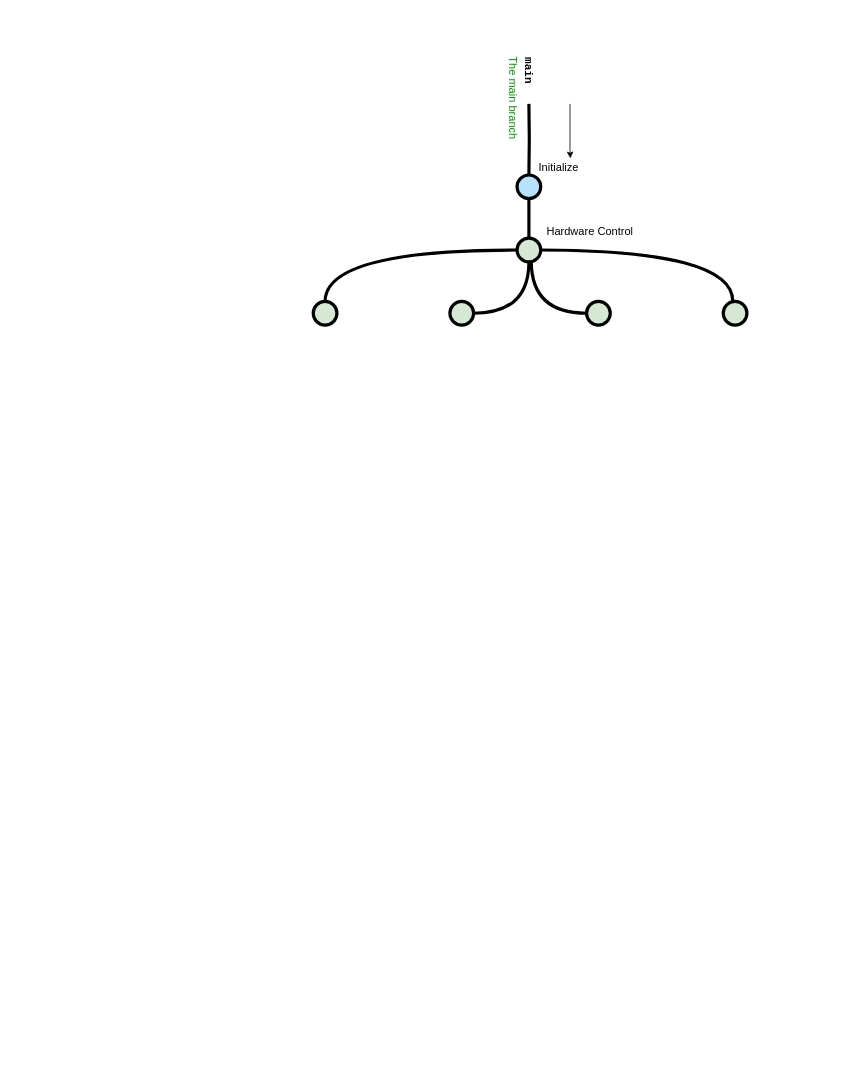
Earlier version of the draw.io diagram Başlıksız Diyagram.drawio (kenann/PLC-Flow). Source tidied: cells renumbered, new cells numbered last; positions are measured from the earlier drawing's top-left corner, leaving out a move shared by most shapes. Both pictures are drawn from the tidied source at 79%, with x=0, y=0 at pixel (313, 54).
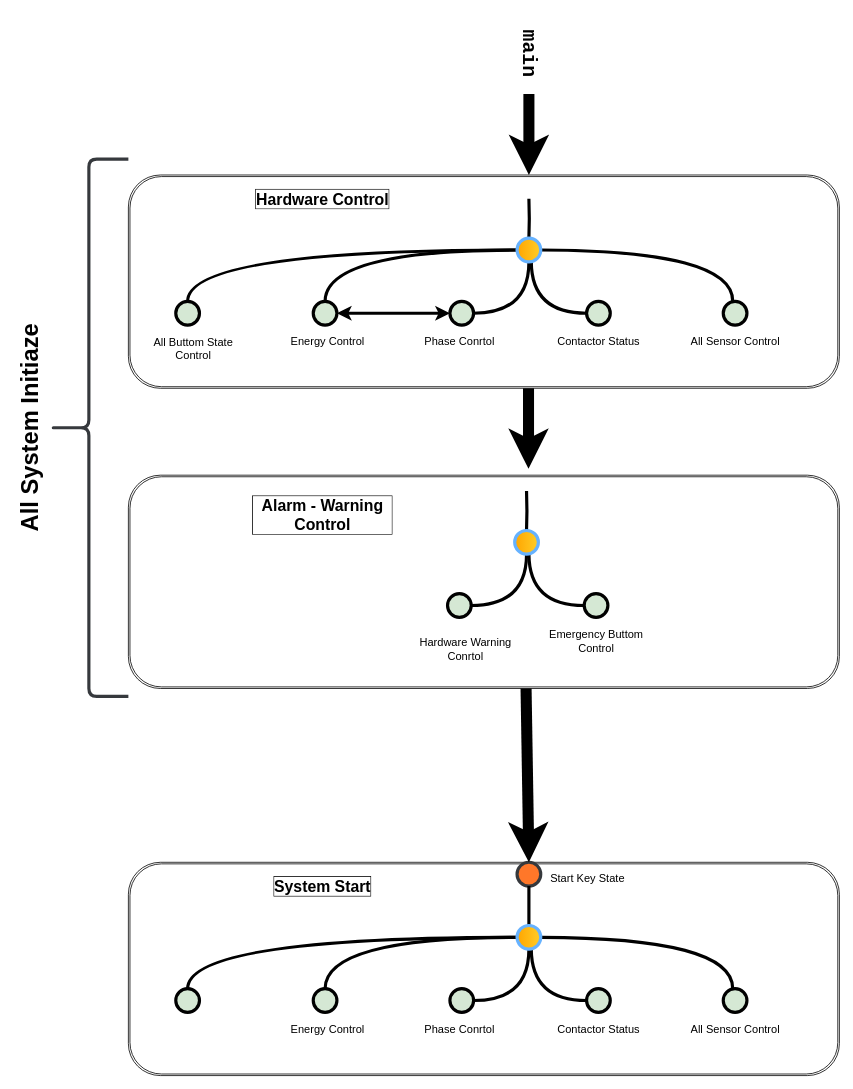
The same diagram, later.

Commit message:
Alarm - Warning

Unchanged cells that the change refers to:
```xml
<mxCell id="7" style="verticalLabelPosition=bottom;verticalAlign=top;html=1;strokeWidth=4;shape=mxgraph.flowchart.on-page_reference;plain-purple;gradientColor=none;strokeColor=#000000;fillColor=#D5E8D4;rotation=90;" parent="1" vertex="1">
  <mxGeometry x="173" y="313" width="30" height="30" as="geometry" />
</mxCell>
<mxCell id="16" style="verticalLabelPosition=bottom;verticalAlign=top;html=1;strokeWidth=4;shape=mxgraph.flowchart.on-page_reference;plain-purple;gradientColor=none;strokeColor=#000000;fillColor=#D5E8D4;rotation=90;" parent="1" vertex="1">
  <mxGeometry y="313" width="30" height="30" as="geometry" />
</mxCell>
```

The edit, as a diff of the source:
```diff
@@
+    <mxCell id="19" style="shape=ext;double=1;rounded=1;whiteSpace=wrap;html=1;" parent="1" vertex="1">
+      <mxGeometry x="-234" y="153" width="900" height="270" as="geometry" />
+    </mxCell>
-    <mxCell id="2" value="Initialize" style="text;html=1;strokeColor=none;fillColor=none;align=center;verticalAlign=middle;whiteSpace=wrap;overflow=hidden;fontSize=14;rotation=0;" parent="1" vertex="1">
-      <mxGeometry x="276" y="133" width="70" height="20" as="geometry" />
+    <mxCell id="2" value="All System Initiaze" style="text;html=1;strokeColor=none;fillColor=none;align=center;verticalAlign=middle;whiteSpace=wrap;overflow=hidden;fontSize=30;rotation=-90;fontStyle=1;" parent="1" vertex="1">
+      <mxGeometry x="-494" y="453" width="270" height="40" as="geometry" />
     </mxCell>
-    <mxCell id="3" value="Hardware Control" style="text;html=1;strokeColor=none;fillColor=none;align=center;verticalAlign=middle;whiteSpace=wrap;overflow=hidden;fontSize=14;rotation=0;" parent="1" vertex="1">
-      <mxGeometry x="288" y="213" width="125" height="20" as="geometry" />
+    <mxCell id="3" value="Hardware Control" style="text;html=1;strokeColor=none;fillColor=none;align=center;verticalAlign=middle;whiteSpace=wrap;overflow=hidden;fontSize=20;rotation=0;fontStyle=1;labelBackgroundColor=none;labelBorderColor=default;" parent="1" vertex="1">
+      <mxGeometry x="-78" y="163" width="180" height="40" as="geometry" />
     </mxCell>
-    <mxCell id="4" style="verticalLabelPosition=bottom;verticalAlign=top;html=1;strokeWidth=4;shape=mxgraph.flowchart.on-page_reference;plain-blue;gradientColor=none;fillColor=#B5E3Fe;strokeColor=#000000;rotation=90;" parent="1" vertex="1">
-      <mxGeometry x="258" y="153" width="30" height="30" as="geometry" />
-    </mxCell>
-    <mxCell id="5" style="edgeStyle=orthogonalEdgeStyle;rounded=0;html=1;jettySize=auto;strokeWidth=4;endArrow=none;endFill=0;" parent="1" edge="1" target="4">
-      <mxGeometry x="529" y="-545" as="geometry">
-        <mxPoint x="273" y="63" as="sourcePoint" />
-      </mxGeometry>
-    </mxCell>
-    <mxCell id="6" value="main" style="text;html=1;strokeColor=none;fillColor=none;align=center;verticalAlign=middle;whiteSpace=wrap;overflow=hidden;fontSize=14;fontStyle=1;fontFamily=Courier New;rotation=90;" parent="1" vertex="1">
-      <mxGeometry x="248" width="50" height="42" as="geometry" />
+    <mxCell id="6" value="main" style="text;html=1;strokeColor=none;fillColor=none;align=center;verticalAlign=middle;whiteSpace=wrap;overflow=hidden;fontSize=25;fontStyle=1;fontFamily=Courier New;rotation=90;" parent="1" vertex="1">
+      <mxGeometry x="222" y="-27" width="102" height="53" as="geometry" />
     </mxCell>
@@
-    <mxCell id="9" value="The main branch&lt;br&gt;" style="text;html=1;strokeColor=none;fillColor=none;align=left;verticalAlign=middle;whiteSpace=wrap;overflow=hidden;fontSize=14;fontStyle=0;fontColor=#009900;rotation=90;" parent="1" vertex="1">
-      <mxGeometry x="181" y="65" width="146.8" height="20" as="geometry" />
-    </mxCell>
-    <mxCell id="10" style="edgeStyle=orthogonalEdgeStyle;rounded=0;jettySize=auto;html=1;fontSize=12;fontColor=#000000;entryX=0.706;entryY=-0.051;entryDx=0;entryDy=0;entryPerimeter=0;" parent="1" edge="1" target="2">
-      <mxGeometry relative="1" as="geometry">
-        <mxPoint x="325" y="63" as="sourcePoint" />
-        <Array as="points">
-          <mxPoint x="325" y="120" />
-          <mxPoint x="325" y="120" />
-        </Array>
-      </mxGeometry>
-    </mxCell>
-    <mxCell id="11" style="edgeStyle=orthogonalEdgeStyle;rounded=0;html=1;jettySize=auto;plain-blue;endArrow=none;endFill=0;strokeWidth=4;strokeColor=#000000;entryX=0;entryY=0.5;entryDx=0;entryDy=0;entryPerimeter=0;" parent="1" edge="1" source="4" target="12">
-      <mxGeometry x="529" y="-445" as="geometry" />
+    <mxCell id="11" style="edgeStyle=orthogonalEdgeStyle;rounded=0;html=1;jettySize=auto;plain-blue;endArrow=none;endFill=0;strokeWidth=4;strokeColor=#000000;entryX=0;entryY=0.5;entryDx=0;entryDy=0;entryPerimeter=0;" parent="1" edge="1" target="12">
+      <mxGeometry x="529" y="-445" as="geometry">
+        <mxPoint x="273" y="183" as="sourcePoint" />
+      </mxGeometry>
     </mxCell>
-    <mxCell id="12" style="verticalLabelPosition=bottom;verticalAlign=top;html=1;strokeWidth=4;shape=mxgraph.flowchart.on-page_reference;plain-purple;gradientColor=none;strokeColor=#000000;fillColor=#D5E8D4;rotation=90;" parent="1" vertex="1">
-      <mxGeometry x="258" y="233" width="30" height="30" as="geometry" />
-    </mxCell>
@@
+    <mxCell id="20" value="Energy Control" style="text;html=1;strokeColor=none;fillColor=none;align=center;verticalAlign=middle;whiteSpace=wrap;overflow=hidden;fontSize=14;rotation=0;" parent="1" vertex="1">
+      <mxGeometry x="-44" y="353" width="125" height="20" as="geometry" />
+    </mxCell>
+    <mxCell id="21" value="Phase Conrtol" style="text;html=1;strokeColor=none;fillColor=none;align=center;verticalAlign=middle;whiteSpace=wrap;overflow=hidden;fontSize=14;rotation=0;" parent="1" vertex="1">
+      <mxGeometry x="123" y="353" width="125" height="20" as="geometry" />
+    </mxCell>
+    <mxCell id="22" value="Contactor Status" style="text;html=1;strokeColor=none;fillColor=none;align=center;verticalAlign=middle;whiteSpace=wrap;overflow=hidden;fontSize=14;rotation=0;" parent="1" vertex="1">
+      <mxGeometry x="298.5" y="353" width="125" height="20" as="geometry" />
+    </mxCell>
+    <mxCell id="23" value="All Sensor Control" style="text;html=1;strokeColor=none;fillColor=none;align=center;verticalAlign=middle;whiteSpace=wrap;overflow=hidden;fontSize=14;rotation=0;" parent="1" vertex="1">
+      <mxGeometry x="471.5" y="353" width="125" height="20" as="geometry" />
+    </mxCell>
+    <mxCell id="24" style="endArrow=classic;startArrow=classic;html=1;rounded=0;exitX=0.5;exitY=0;exitDx=0;exitDy=0;exitPerimeter=0;entryX=0.5;entryY=1;entryDx=0;entryDy=0;entryPerimeter=0;strokeWidth=4;" parent="1" edge="1" source="16" target="7">
+      <mxGeometry relative="1" as="geometry" />
+    </mxCell>
+    <mxCell id="25" style="endArrow=classic;html=1;rounded=0;entryX=0;entryY=0.5;entryDx=0;entryDy=0;entryPerimeter=0;exitX=1;exitY=0.5;exitDx=0;exitDy=0;strokeWidth=14;" parent="1" edge="1" source="6">
+      <mxGeometry relative="1" as="geometry">
+        <mxPoint x="273" y="153" as="targetPoint" />
+      </mxGeometry>
+    </mxCell>
+    <mxCell id="26" style="endArrow=classic;html=1;rounded=0;entryX=0;entryY=0.5;entryDx=0;entryDy=0;entryPerimeter=0;exitX=1;exitY=0.5;exitDx=0;exitDy=0;strokeWidth=14;" parent="1" edge="1">
+      <mxGeometry relative="1" as="geometry">
+        <mxPoint x="272.5" y="423" as="sourcePoint" />
+        <mxPoint x="272.5" y="525" as="targetPoint" />
+      </mxGeometry>
+    </mxCell>
+    <mxCell id="27" style="shape=ext;double=1;rounded=1;whiteSpace=wrap;html=1;" parent="1" vertex="1">
+      <mxGeometry x="-234" y="533" width="900" height="270" as="geometry" />
+    </mxCell>
+    <mxCell id="28" style="verticalLabelPosition=bottom;verticalAlign=top;html=1;strokeWidth=4;shape=mxgraph.flowchart.on-page_reference;plain-purple;gradientColor=none;strokeColor=#000000;fillColor=#D5E8D4;rotation=90;" parent="1" vertex="1">
+      <mxGeometry x="170" y="683" width="30" height="30" as="geometry" />
+    </mxCell>
+    <mxCell id="29" style="edgeStyle=orthogonalEdgeStyle;rounded=0;jettySize=auto;html=1;entryX=1;entryY=0.5;entryDx=0;entryDy=0;entryPerimeter=0;endArrow=none;endFill=0;strokeWidth=4;curved=1;exitX=0.5;exitY=0;exitDx=0;exitDy=0;exitPerimeter=0;" parent="1" edge="1" source="28" target="39">
+      <mxGeometry relative="1" as="geometry" />
+    </mxCell>
+    <mxCell id="30" style="edgeStyle=orthogonalEdgeStyle;rounded=0;html=1;jettySize=auto;plain-blue;endArrow=none;endFill=0;strokeWidth=4;strokeColor=#000000;entryX=0;entryY=0.5;entryDx=0;entryDy=0;entryPerimeter=0;" parent="1" edge="1" target="39">
+      <mxGeometry x="529" y="-445" as="geometry">
+        <mxPoint x="270" y="553" as="sourcePoint" />
+      </mxGeometry>
+    </mxCell>
+    <mxCell id="31" style="verticalLabelPosition=bottom;verticalAlign=top;html=1;strokeWidth=4;shape=mxgraph.flowchart.on-page_reference;plain-purple;gradientColor=none;strokeColor=#000000;fillColor=#D5E8D4;rotation=90;" parent="1" vertex="1">
+      <mxGeometry x="343" y="683" width="30" height="30" as="geometry" />
+    </mxCell>
+    <mxCell id="32" style="edgeStyle=orthogonalEdgeStyle;rounded=0;jettySize=auto;html=1;entryX=1;entryY=0.5;entryDx=0;entryDy=0;entryPerimeter=0;endArrow=none;endFill=0;strokeWidth=4;curved=1;exitX=0.5;exitY=1;exitDx=0;exitDy=0;exitPerimeter=0;" parent="1" edge="1" source="31">
+      <mxGeometry relative="1" as="geometry">
+        <mxPoint x="273" y="633" as="targetPoint" />
+      </mxGeometry>
+    </mxCell>
+    <mxCell id="33" value="Emergency Buttom Control" style="text;html=1;strokeColor=none;fillColor=none;align=center;verticalAlign=middle;whiteSpace=wrap;overflow=hidden;fontSize=14;rotation=0;" parent="1" vertex="1">
+      <mxGeometry x="295.5" y="723" width="125" height="40" as="geometry" />
+    </mxCell>
+    <mxCell id="34" value="Hardware Warning Conrtol" style="text;html=1;strokeColor=none;fillColor=none;align=center;verticalAlign=middle;whiteSpace=wrap;overflow=hidden;fontSize=14;rotation=0;" parent="1" vertex="1">
+      <mxGeometry x="120" y="733" width="146" height="40" as="geometry" />
+    </mxCell>
+    <mxCell id="35" value="Alarm - Warning Control" style="text;html=1;strokeColor=none;fillColor=none;align=center;verticalAlign=middle;whiteSpace=wrap;overflow=hidden;fontSize=20;rotation=0;fontStyle=1;labelBackgroundColor=none;labelBorderColor=default;" parent="1" vertex="1">
+      <mxGeometry x="-78" y="553" width="180" height="60" as="geometry" />
+    </mxCell>
+    <mxCell id="36" style="verticalLabelPosition=bottom;verticalAlign=top;html=1;strokeWidth=4;shape=mxgraph.flowchart.on-page_reference;plain-purple;gradientColor=none;strokeColor=#000000;fillColor=#D5E8D4;rotation=90;" parent="1" vertex="1">
+      <mxGeometry x="-174" y="313" width="30" height="30" as="geometry" />
+    </mxCell>
+    <mxCell id="37" style="edgeStyle=orthogonalEdgeStyle;rounded=0;jettySize=auto;html=1;entryX=0.5;entryY=1;entryDx=0;entryDy=0;entryPerimeter=0;endArrow=none;endFill=0;strokeWidth=4;curved=1;exitX=0;exitY=0.5;exitDx=0;exitDy=0;exitPerimeter=0;" parent="1" edge="1" source="36" target="12">
+      <mxGeometry relative="1" as="geometry" />
+    </mxCell>
+    <mxCell id="38" value="All Buttom State Control" style="text;html=1;strokeColor=none;fillColor=none;align=center;verticalAlign=middle;whiteSpace=wrap;overflow=hidden;fontSize=14;rotation=0;" parent="1" vertex="1">
+      <mxGeometry x="-214" y="353" width="125" height="40" as="geometry" />
+    </mxCell>
+    <mxCell id="39" style="verticalLabelPosition=bottom;verticalAlign=top;html=1;strokeWidth=4;shape=mxgraph.flowchart.on-page_reference;gradientColor=#ffa500;strokeColor=#66B2FF;fillColor=#ffcd28;rotation=90;" parent="1" vertex="1">
+      <mxGeometry x="255" y="603" width="30" height="30" as="geometry" />
+    </mxCell>
+    <mxCell id="12" style="verticalLabelPosition=bottom;verticalAlign=top;html=1;strokeWidth=4;shape=mxgraph.flowchart.on-page_reference;gradientColor=#ffa500;strokeColor=#66B2FF;fillColor=#ffcd28;rotation=90;" parent="1" vertex="1">
+      <mxGeometry x="258" y="233" width="30" height="30" as="geometry" />
+    </mxCell>
+    <mxCell id="40" style="shape=curlyBracket;whiteSpace=wrap;html=1;rounded=1;labelPosition=left;verticalLabelPosition=middle;align=right;verticalAlign=middle;fillColor=#cce5ff;strokeColor=#36393d;strokeWidth=4;gradientColor=none;" parent="1" vertex="1">
+      <mxGeometry x="-334" y="133" width="100" height="680" as="geometry" />
+    </mxCell>
+    <mxCell id="41" style="shape=ext;double=1;rounded=1;whiteSpace=wrap;html=1;" parent="1" vertex="1">
+      <mxGeometry x="-234" y="1023" width="900" height="270" as="geometry" />
+    </mxCell>
+    <mxCell id="42" value="System Start" style="text;html=1;strokeColor=none;fillColor=none;align=center;verticalAlign=middle;whiteSpace=wrap;overflow=hidden;fontSize=20;rotation=0;fontStyle=1;labelBackgroundColor=none;labelBorderColor=default;" parent="1" vertex="1">
+      <mxGeometry x="-78" y="1033" width="180" height="40" as="geometry" />
+    </mxCell>
+    <mxCell id="43" style="verticalLabelPosition=bottom;verticalAlign=top;html=1;strokeWidth=4;shape=mxgraph.flowchart.on-page_reference;fillColor=#FF7729;strokeColor=#36393d;rotation=90;" parent="1" vertex="1">
+      <mxGeometry x="258" y="1023" width="30" height="30" as="geometry" />
+    </mxCell>
+    <mxCell id="44" style="verticalLabelPosition=bottom;verticalAlign=top;html=1;strokeWidth=4;shape=mxgraph.flowchart.on-page_reference;plain-purple;gradientColor=none;strokeColor=#000000;fillColor=#D5E8D4;rotation=90;" parent="1" vertex="1">
+      <mxGeometry x="173" y="1183" width="30" height="30" as="geometry" />
+    </mxCell>
+    <mxCell id="45" style="edgeStyle=orthogonalEdgeStyle;rounded=0;jettySize=auto;html=1;entryX=1;entryY=0.5;entryDx=0;entryDy=0;entryPerimeter=0;endArrow=none;endFill=0;strokeWidth=4;curved=1;exitX=0.5;exitY=0;exitDx=0;exitDy=0;exitPerimeter=0;" parent="1" edge="1" source="44" target="60">
+      <mxGeometry relative="1" as="geometry" />
+    </mxCell>
+    <mxCell id="46" style="edgeStyle=orthogonalEdgeStyle;rounded=0;html=1;jettySize=auto;plain-blue;endArrow=none;endFill=0;strokeWidth=4;strokeColor=#000000;entryX=0;entryY=0.5;entryDx=0;entryDy=0;entryPerimeter=0;" parent="1" edge="1" source="43" target="60">
+      <mxGeometry x="529" y="-445" as="geometry" />
+    </mxCell>
+    <mxCell id="47" style="verticalLabelPosition=bottom;verticalAlign=top;html=1;strokeWidth=4;shape=mxgraph.flowchart.on-page_reference;plain-purple;gradientColor=none;strokeColor=#000000;fillColor=#D5E8D4;rotation=90;" parent="1" vertex="1">
+      <mxGeometry x="346" y="1183" width="30" height="30" as="geometry" />
+    </mxCell>
+    <mxCell id="48" style="edgeStyle=orthogonalEdgeStyle;rounded=0;jettySize=auto;html=1;entryX=1;entryY=0.5;entryDx=0;entryDy=0;entryPerimeter=0;endArrow=none;endFill=0;strokeWidth=4;curved=1;exitX=0.5;exitY=1;exitDx=0;exitDy=0;exitPerimeter=0;" parent="1" edge="1" source="47">
+      <mxGeometry relative="1" as="geometry">
+        <mxPoint x="276" y="1133" as="targetPoint" />
+      </mxGeometry>
+    </mxCell>
+    <mxCell id="49" style="verticalLabelPosition=bottom;verticalAlign=top;html=1;strokeWidth=4;shape=mxgraph.flowchart.on-page_reference;plain-purple;gradientColor=none;strokeColor=#000000;fillColor=#D5E8D4;rotation=90;" parent="1" vertex="1">
+      <mxGeometry x="519" y="1183" width="30" height="30" as="geometry" />
+    </mxCell>
+    <mxCell id="50" style="verticalLabelPosition=bottom;verticalAlign=top;html=1;strokeWidth=4;shape=mxgraph.flowchart.on-page_reference;plain-purple;gradientColor=none;strokeColor=#000000;fillColor=#D5E8D4;rotation=90;" parent="1" vertex="1">
+      <mxGeometry y="1183" width="30" height="30" as="geometry" />
+    </mxCell>
+    <mxCell id="51" style="edgeStyle=orthogonalEdgeStyle;rounded=0;jettySize=auto;html=1;entryX=0.5;entryY=1;entryDx=0;entryDy=0;entryPerimeter=0;endArrow=none;endFill=0;strokeWidth=4;curved=1;exitX=0;exitY=0.5;exitDx=0;exitDy=0;exitPerimeter=0;" parent="1" edge="1" source="50" target="60">
+      <mxGeometry relative="1" as="geometry" />
+    </mxCell>
+    <mxCell id="52" style="edgeStyle=orthogonalEdgeStyle;rounded=0;orthogonalLoop=1;jettySize=auto;html=1;entryX=0.5;entryY=1;entryDx=0;entryDy=0;entryPerimeter=0;endArrow=none;endFill=0;strokeWidth=4;curved=1;exitX=0;exitY=0.5;exitDx=0;exitDy=0;exitPerimeter=0;" parent="1" edge="1">
+      <mxGeometry relative="1" as="geometry">
+        <mxPoint x="288" y="1118" as="sourcePoint" />
+        <mxPoint x="531" y="1183" as="targetPoint" />
+      </mxGeometry>
+    </mxCell>
+    <mxCell id="53" value="Energy Control" style="text;html=1;strokeColor=none;fillColor=none;align=center;verticalAlign=middle;whiteSpace=wrap;overflow=hidden;fontSize=14;rotation=0;" parent="1" vertex="1">
+      <mxGeometry x="-44" y="1223" width="125" height="20" as="geometry" />
+    </mxCell>
+    <mxCell id="54" value="Phase Conrtol" style="text;html=1;strokeColor=none;fillColor=none;align=center;verticalAlign=middle;whiteSpace=wrap;overflow=hidden;fontSize=14;rotation=0;" parent="1" vertex="1">
+      <mxGeometry x="123" y="1223" width="125" height="20" as="geometry" />
+    </mxCell>
+    <mxCell id="55" value="Contactor Status" style="text;html=1;strokeColor=none;fillColor=none;align=center;verticalAlign=middle;whiteSpace=wrap;overflow=hidden;fontSize=14;rotation=0;" parent="1" vertex="1">
+      <mxGeometry x="298.5" y="1223" width="125" height="20" as="geometry" />
+    </mxCell>
+    <mxCell id="56" value="All Sensor Control" style="text;html=1;strokeColor=none;fillColor=none;align=center;verticalAlign=middle;whiteSpace=wrap;overflow=hidden;fontSize=14;rotation=0;" parent="1" vertex="1">
+      <mxGeometry x="471.5" y="1223" width="125" height="20" as="geometry" />
+    </mxCell>
+    <mxCell id="57" style="verticalLabelPosition=bottom;verticalAlign=top;html=1;strokeWidth=4;shape=mxgraph.flowchart.on-page_reference;plain-purple;gradientColor=none;strokeColor=#000000;fillColor=#D5E8D4;rotation=90;" parent="1" vertex="1">
+      <mxGeometry x="-174" y="1183" width="30" height="30" as="geometry" />
+    </mxCell>
+    <mxCell id="58" style="edgeStyle=orthogonalEdgeStyle;rounded=0;jettySize=auto;html=1;entryX=0.5;entryY=1;entryDx=0;entryDy=0;entryPerimeter=0;endArrow=none;endFill=0;strokeWidth=4;curved=1;exitX=0;exitY=0.5;exitDx=0;exitDy=0;exitPerimeter=0;" parent="1" edge="1" source="57" target="60">
+      <mxGeometry relative="1" as="geometry" />
+    </mxCell>
+    <mxCell id="59" value="Start Key State" style="text;html=1;strokeColor=none;fillColor=none;align=center;verticalAlign=middle;whiteSpace=wrap;overflow=hidden;fontSize=14;rotation=0;" parent="1" vertex="1">
+      <mxGeometry x="285" y="1023" width="125" height="40" as="geometry" />
+    </mxCell>
+    <mxCell id="60" style="verticalLabelPosition=bottom;verticalAlign=top;html=1;strokeWidth=4;shape=mxgraph.flowchart.on-page_reference;gradientColor=#ffa500;strokeColor=#66B2FF;fillColor=#ffcd28;rotation=90;" parent="1" vertex="1">
+      <mxGeometry x="258" y="1103" width="30" height="30" as="geometry" />
+    </mxCell>
+    <mxCell id="61" style="endArrow=classic;html=1;rounded=0;entryX=0;entryY=0.5;entryDx=0;entryDy=0;entryPerimeter=0;exitX=1;exitY=0.5;exitDx=0;exitDy=0;strokeWidth=14;" parent="1" edge="1" target="43">
+      <mxGeometry relative="1" as="geometry">
+        <mxPoint x="269.4" y="803" as="sourcePoint" />
+      </mxGeometry>
+    </mxCell>
```
